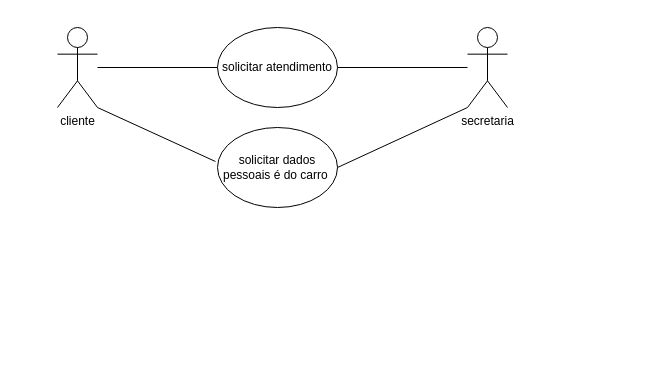
gs0844/2ds2021ga-1 keeps this draw.io diagram as Untitled Diagram.drawio. Above is the earlier version. Source tidied: cells renumbered, new cells numbered last; positions are measured from the earlier drawing's top-left corner, leaving out a move shared by most shapes. Both pictures are drawn from the tidied source at 100%, with x=0, y=0 at pixel (57, 27).
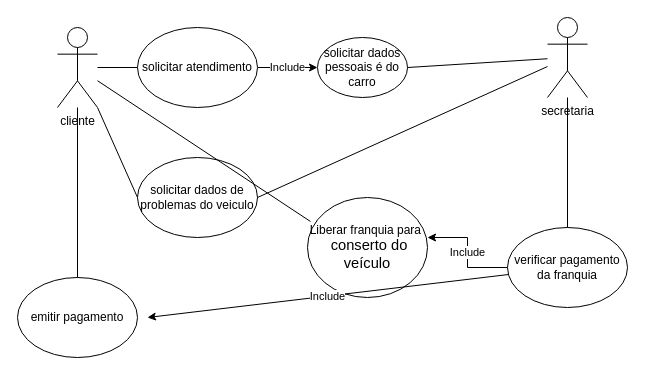
Above is the later version.

The change refers to these unchanged cells:
```xml
<mxCell id="2" value="cliente" style="shape=umlActor;verticalLabelPosition=bottom;verticalAlign=top;html=1;outlineConnect=0;" parent="1" vertex="1">
  <mxGeometry width="40" height="80" as="geometry" />
</mxCell>
```

Diff of the diagram source:
```diff
@@
+    <mxCell id="10" value="Include" style="edgeStyle=orthogonalEdgeStyle;rounded=0;jettySize=auto;html=1;entryX=0;entryY=0.5;entryDx=0;entryDy=0;" parent="1" edge="1" source="3" target="7">
+      <mxGeometry relative="1" as="geometry" />
+    </mxCell>
     <mxCell id="3" value="solicitar atendimento" style="ellipse;whiteSpace=wrap;html=1;" parent="1" vertex="1">
-      <mxGeometry x="160" width="120" height="80" as="geometry" />
+      <mxGeometry x="80" width="120" height="80" as="geometry" />
     </mxCell>
@@
     <mxCell id="5" value="secretaria" style="shape=umlActor;verticalLabelPosition=bottom;verticalAlign=top;html=1;outlineConnect=0;" parent="1" vertex="1">
-      <mxGeometry x="410" width="40" height="80" as="geometry" />
+      <mxGeometry x="490" y="-10" width="40" height="80" as="geometry" />
     </mxCell>
-    <mxCell id="6" style="endArrow=none;html=1;rounded=0;exitX=1;exitY=0.5;exitDx=0;exitDy=0;" parent="1" edge="1" source="3" target="5">
-      <mxGeometry relative="1" as="geometry" />
-    </mxCell>
+    <mxCell id="11" value="solicitar dados de problemas do veiculo" style="ellipse;whiteSpace=wrap;html=1;" parent="1" vertex="1">
+      <mxGeometry x="80" y="130" width="120" height="80" as="geometry" />
+    </mxCell>
+    <mxCell id="12" style="endArrow=none;html=1;rounded=0;entryX=0;entryY=0.5;entryDx=0;entryDy=0;exitX=1;exitY=1;exitDx=0;exitDy=0;exitPerimeter=0;" parent="1" edge="1" source="2" target="11">
+      <mxGeometry relative="1" as="geometry" />
+    </mxCell>
+    <mxCell id="13" style="endArrow=none;html=1;rounded=0;exitX=1;exitY=0.5;exitDx=0;exitDy=0;" parent="1" edge="1" source="11" target="5">
+      <mxGeometry relative="1" as="geometry" />
+    </mxCell>
-    <mxCell id="7" value="solicitar dados pessoais é do carro&amp;nbsp;" style="ellipse;whiteSpace=wrap;html=1;" parent="1" vertex="1">
-      <mxGeometry x="160" y="100" width="120" height="80" as="geometry" />
+    <mxCell id="7" value="solicitar dados pessoais é do carro" style="ellipse;whiteSpace=wrap;html=1;" parent="1" vertex="1">
+      <mxGeometry x="260" y="10" width="90" height="60" as="geometry" />
     </mxCell>
-    <mxCell id="8" style="endArrow=none;html=1;rounded=0;entryX=0;entryY=1;entryDx=0;entryDy=0;entryPerimeter=0;exitX=1;exitY=0.5;exitDx=0;exitDy=0;" parent="1" edge="1" source="7" target="5">
+    <mxCell id="8" style="endArrow=none;html=1;rounded=0;exitX=1;exitY=0.5;exitDx=0;exitDy=0;" parent="1" edge="1" source="7" target="5">
       <mxGeometry relative="1" as="geometry" />
     </mxCell>
-    <mxCell id="9" style="endArrow=none;html=1;rounded=0;entryX=-0.017;entryY=0.425;entryDx=0;entryDy=0;entryPerimeter=0;exitX=1;exitY=1;exitDx=0;exitDy=0;exitPerimeter=0;" parent="1" edge="1" source="2" target="7">
-      <mxGeometry relative="1" as="geometry" />
-    </mxCell>
+    <mxCell id="14" value="Include" style="edgeStyle=orthogonalEdgeStyle;rounded=0;jettySize=auto;html=1;entryX=1;entryY=0.4;entryDx=0;entryDy=0;entryPerimeter=0;" parent="1" edge="1" source="15" target="17">
+      <mxGeometry relative="1" as="geometry" />
+    </mxCell>
+    <mxCell id="15" value="verificar pagamento da franquia" style="ellipse;whiteSpace=wrap;html=1;" parent="1" vertex="1">
+      <mxGeometry x="450" y="200" width="120" height="80" as="geometry" />
+    </mxCell>
+    <mxCell id="16" style="endArrow=none;html=1;rounded=0;exitX=0.5;exitY=0;exitDx=0;exitDy=0;" parent="1" edge="1" source="15" target="5">
+      <mxGeometry relative="1" as="geometry" />
+    </mxCell>
+    <mxCell id="17" value="Liberar franquia para&amp;nbsp; &lt;span style=&quot;font-family: &amp;#34;calibri&amp;#34; , &amp;#34;calibri_embeddedfont&amp;#34; , &amp;#34;calibri_msfontservice&amp;#34; , sans-serif ; font-size: 14.6667px ; text-align: left ; background-color: rgb(255 , 255 , 255)&quot;&gt;&amp;nbsp;conserto do veículo&lt;/span&gt;" style="ellipse;whiteSpace=wrap;html=1;" parent="1" vertex="1">
+      <mxGeometry x="250" y="170" width="120" height="100" as="geometry" />
+    </mxCell>
+    <mxCell id="18" style="endArrow=none;html=1;rounded=0;entryX=0.025;entryY=0.24;entryDx=0;entryDy=0;entryPerimeter=0;" parent="1" edge="1" source="2" target="17">
+      <mxGeometry relative="1" as="geometry" />
+    </mxCell>
+    <mxCell id="19" value="emitir pagamento" style="ellipse;whiteSpace=wrap;html=1;" parent="1" vertex="1">
+      <mxGeometry x="-40" y="250" width="120" height="80" as="geometry" />
+    </mxCell>
+    <mxCell id="20" style="endArrow=none;html=1;rounded=0;exitX=0.5;exitY=0;exitDx=0;exitDy=0;" parent="1" edge="1" source="19" target="2">
+      <mxGeometry relative="1" as="geometry" />
+    </mxCell>
+    <mxCell id="21" value="Include" style="endArrow=classic;html=1;rounded=0;" parent="1" edge="1" source="15">
+      <mxGeometry relative="1" as="geometry">
+        <mxPoint x="90" y="290" as="targetPoint" />
+      </mxGeometry>
+    </mxCell>
```
